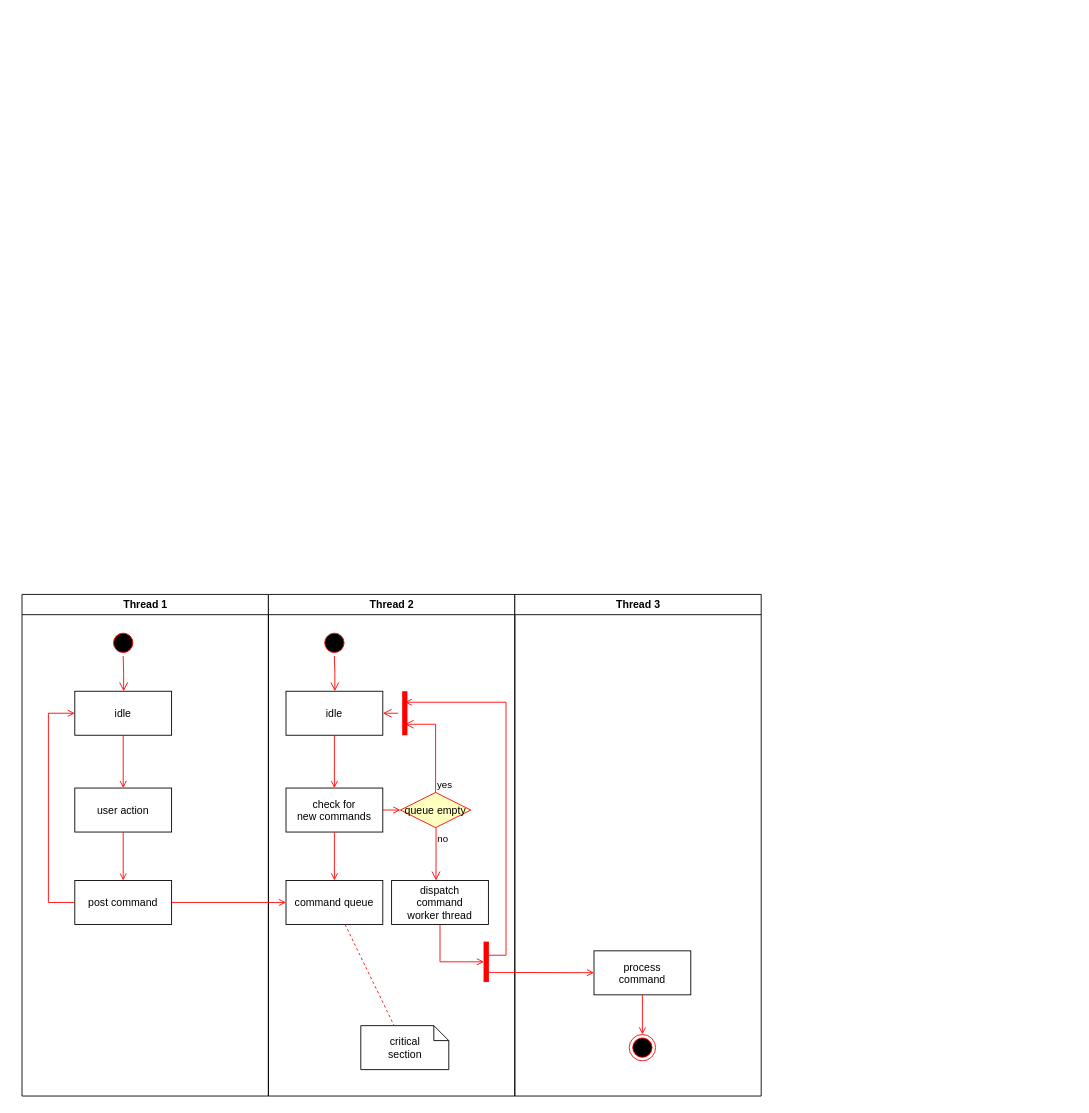
Earlier version of the draw.io diagram Soditer's Activity Diagram.drawio (dimasmiftah/diagrams). Source tidied: cells renumbered, new cells numbered last; positions are measured from the earlier drawing's top-left corner, leaving out a move shared by most shapes. Both pictures are drawn from the tidied source at 88%, with x=0, y=0 at pixel (21, 594).
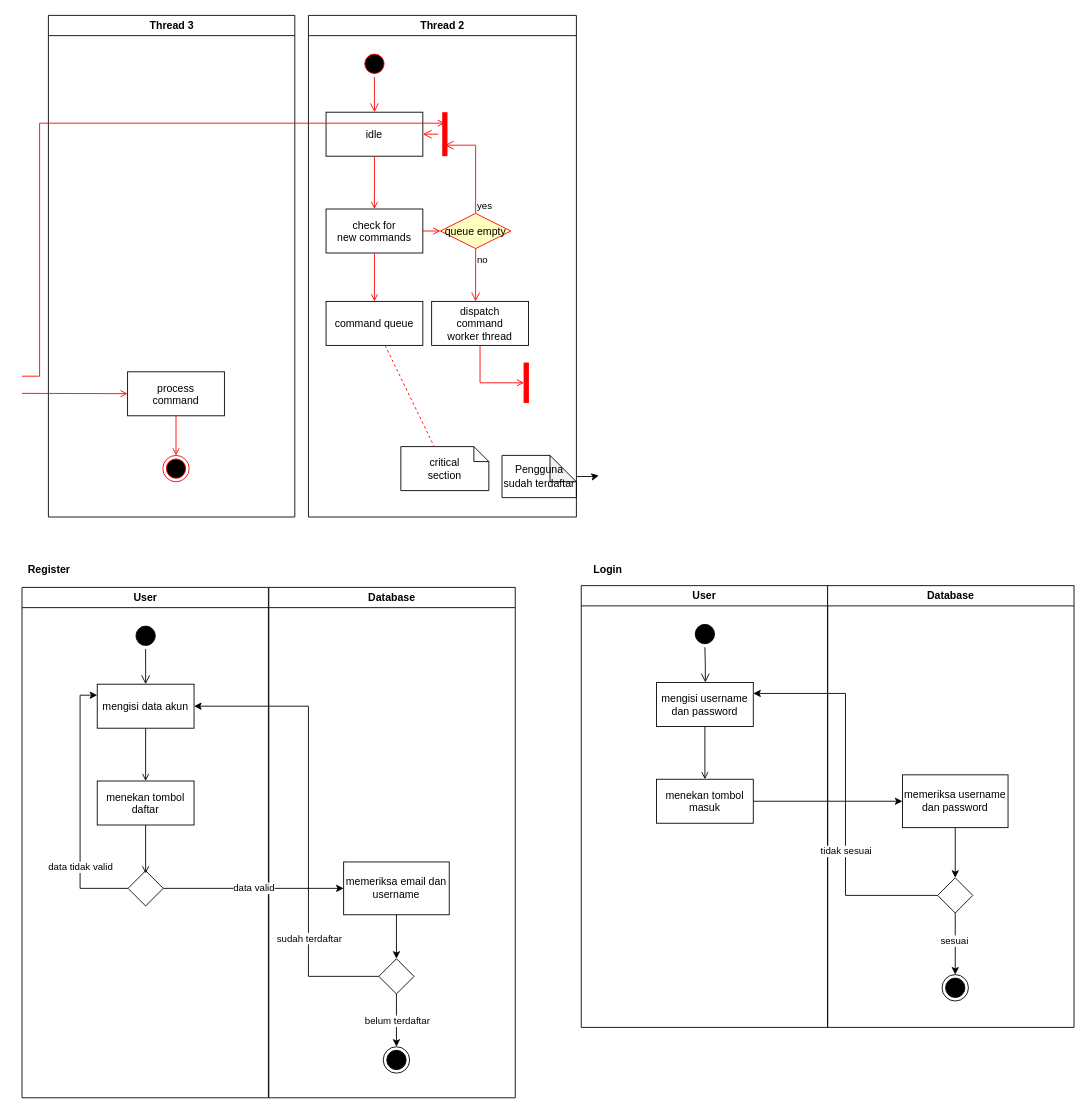
The same diagram, later.

The change refers to these unchanged cells:
```xml
<mxCell id="17" value="command queue" parent="11" vertex="1">
  <mxGeometry x="20" y="325" width="110" height="50" as="geometry" />
</mxCell>
```

Diff of the diagram source:
```diff
@@
-    <mxCell id="2" value="Thread 1" style="swimlane;whiteSpace=wrap;" parent="1" vertex="1">
-      <mxGeometry x="0.5" width="280" height="570" as="geometry" />
+    <mxCell id="2" value="User" style="swimlane;whiteSpace=wrap;" parent="1" vertex="1">
+      <mxGeometry x="0.5" y="-8" width="280" height="580" as="geometry" />
     </mxCell>
-    <mxCell id="3" style="ellipse;shape=startState;fillColor=#000000;strokeColor=#ff0000;" parent="2" vertex="1">
-      <mxGeometry x="100" y="40" width="30" height="30" as="geometry" />
+    <mxCell id="3" style="ellipse;shape=startState;fillColor=#000000;" parent="2" vertex="1">
+      <mxGeometry x="125.5" y="40" width="30" height="30" as="geometry" />
     </mxCell>
-    <mxCell id="4" style="edgeStyle=elbowEdgeStyle;elbow=horizontal;verticalAlign=bottom;endArrow=open;endSize=8;strokeColor=#FF0000;endFill=1;rounded=0;" parent="2" edge="1" source="3" target="5">
-      <mxGeometry x="100" y="40" as="geometry" />
+    <mxCell id="4" style="edgeStyle=elbowEdgeStyle;elbow=horizontal;verticalAlign=bottom;endArrow=open;endSize=8;endFill=1;rounded=0;" parent="2" edge="1" source="3" target="5">
+      <mxGeometry x="125.5" y="40" as="geometry" />
     </mxCell>
-    <mxCell id="5" value="idle" parent="2" vertex="1">
-      <mxGeometry x="60" y="110" width="110" height="50" as="geometry" />
+    <mxCell id="5" value="mengisi data akun" parent="2" vertex="1">
+      <mxGeometry x="85.5" y="110" width="110" height="50" as="geometry" />
     </mxCell>
-    <mxCell id="6" value="user action" parent="2" vertex="1">
-      <mxGeometry x="60" y="220" width="110" height="50" as="geometry" />
+    <mxCell id="6" value="menekan tombol&#10;daftar" parent="2" vertex="1">
+      <mxGeometry x="85.5" y="220" width="110" height="50" as="geometry" />
     </mxCell>
-    <mxCell id="7" style="endArrow=open;strokeColor=#FF0000;endFill=1;rounded=0;" parent="2" edge="1" source="5" target="6">
+    <mxCell id="7" style="endArrow=open;endFill=1;rounded=0;" parent="2" edge="1" source="5" target="6">
       <mxGeometry relative="1" as="geometry" />
     </mxCell>
-    <mxCell id="8" value="post command" parent="2" vertex="1">
-      <mxGeometry x="60" y="325" width="110" height="50" as="geometry" />
-    </mxCell>
-    <mxCell id="9" style="endArrow=open;strokeColor=#FF0000;endFill=1;rounded=0;" parent="2" edge="1" source="6" target="8">
-      <mxGeometry relative="1" as="geometry" />
+    <mxCell id="9" style="endArrow=open;endFill=1;rounded=0;" parent="2" edge="1" source="6">
+      <mxGeometry relative="1" as="geometry">
+        <mxPoint x="140.5" y="325" as="targetPoint" />
+      </mxGeometry>
     </mxCell>
-    <mxCell id="10" style="edgeStyle=elbowEdgeStyle;elbow=horizontal;strokeColor=#FF0000;endArrow=open;endFill=1;rounded=0;" parent="2" edge="1" source="8" target="5">
-      <mxGeometry relative="1" as="geometry">
-        <Array as="points">
-          <mxPoint x="30" y="250" />
-        </Array>
-      </mxGeometry>
-    </mxCell>
+    <mxCell id="37" style="edgeStyle=orthogonalEdgeStyle;rounded=0;jettySize=auto;html=1;entryX=0;entryY=0.25;entryDx=0;entryDy=0;" parent="2" edge="1" source="39" target="5">
+      <mxGeometry relative="1" as="geometry">
+        <Array as="points">
+          <mxPoint x="66" y="342" />
+          <mxPoint x="66" y="123" />
+        </Array>
+      </mxGeometry>
+    </mxCell>
+    <mxCell id="38" value="data tidak valid" style="edgeLabel;html=1;align=center;verticalAlign=middle;" parent="37" vertex="1">
+      <mxGeometry x="-0.46" relative="1" as="geometry" />
+    </mxCell>
+    <mxCell id="39" style="rhombus;fillColor=none;" parent="2" vertex="1">
+      <mxGeometry x="120.5" y="322" width="40" height="40" as="geometry" />
+    </mxCell>
     <mxCell id="11" value="Thread 2" style="swimlane;whiteSpace=wrap;" parent="1" vertex="1">
-      <mxGeometry x="280.5" width="280" height="570" as="geometry" />
+      <mxGeometry x="326" y="-658" width="304.5" height="570" as="geometry" />
     </mxCell>
@@
+    <mxCell id="40" value="Pengguna sudah terdaftar" style="shape=note;whiteSpace=wrap;html=1;backgroundOutline=1;darkOpacity=0.05;strokeColor=#000000;fillColor=none;" parent="11" vertex="1">
+      <mxGeometry x="220" y="500" width="84.5" height="48" as="geometry" />
+    </mxCell>
+    <mxCell id="41" style="edgeStyle=orthogonalEdgeStyle;rounded=0;jettySize=auto;html=1;strokeColor=#000000;" parent="11" edge="1" source="40">
+      <mxGeometry relative="1" as="geometry">
+        <mxPoint x="330" y="523" as="targetPoint" />
+      </mxGeometry>
+    </mxCell>
     <mxCell id="30" value="Thread 3" style="swimlane;whiteSpace=wrap;" parent="1" vertex="1">
-      <mxGeometry x="560.5" width="280" height="570" as="geometry" />
+      <mxGeometry x="30.5" y="-658" width="280" height="570" as="geometry" />
     </mxCell>
@@
-    <mxCell id="36" style="endArrow=open;strokeColor=#FF0000;endFill=1;rounded=0;" parent="1" edge="1" source="8" target="17">
-      <mxGeometry relative="1" as="geometry" />
-    </mxCell>
+    <mxCell id="42" value="Register" style="text;html=1;align=center;verticalAlign=middle;fontStyle=1;" parent="1" vertex="1">
+      <mxGeometry x="0.5" y="-38" width="60" height="20" as="geometry" />
+    </mxCell>
+    <mxCell id="43" value="Database" style="swimlane;whiteSpace=wrap;startSize=23;" parent="1" vertex="1">
+      <mxGeometry x="281" y="-8" width="280" height="580" as="geometry" />
+    </mxCell>
+    <mxCell id="44" style="edgeStyle=orthogonalEdgeStyle;rounded=0;jettySize=auto;html=1;entryX=0.5;entryY=0;entryDx=0;entryDy=0;strokeColor=#000000;" parent="43" edge="1" source="45" target="46">
+      <mxGeometry relative="1" as="geometry" />
+    </mxCell>
+    <mxCell id="45" style="rhombus;whiteSpace=wrap;html=1;strokeColor=#000;fillColor=none;" parent="43" vertex="1">
+      <mxGeometry x="125" y="422" width="40" height="40" as="geometry" />
+    </mxCell>
+    <mxCell id="46" style="ellipse;shape=endState;fillColor=#000000;" parent="43" vertex="1">
+      <mxGeometry x="130" y="522" width="30" height="30" as="geometry" />
+    </mxCell>
+    <mxCell id="47" value="belum terdaftar" style="edgeLabel;html=1;align=center;verticalAlign=middle;" parent="43" vertex="1">
+      <mxGeometry x="145" y="492" as="geometry" />
+    </mxCell>
+    <mxCell id="48" value="data valid" style="edgeStyle=orthogonalEdgeStyle;rounded=0;jettySize=auto;html=1;exitX=1;exitY=0.5;exitDx=0;exitDy=0;entryX=0;entryY=0.5;entryDx=0;entryDy=0;" parent="1" edge="1" source="39" target="50">
+      <mxGeometry relative="1" as="geometry" />
+    </mxCell>
+    <mxCell id="49" style="edgeStyle=orthogonalEdgeStyle;rounded=0;jettySize=auto;html=1;" parent="1" edge="1" source="50" target="45">
+      <mxGeometry relative="1" as="geometry" />
+    </mxCell>
+    <mxCell id="50" value="memeriksa email dan username" style="whiteSpace=wrap;html=1;strokeColor=#000;fillColor=none;" parent="1" vertex="1">
+      <mxGeometry x="366" y="304" width="120" height="60" as="geometry" />
+    </mxCell>
+    <mxCell id="51" style="edgeStyle=orthogonalEdgeStyle;rounded=0;jettySize=auto;html=1;entryX=1;entryY=0.5;entryDx=0;entryDy=0;strokeColor=#000000;" parent="1" edge="1" source="45" target="5">
+      <mxGeometry relative="1" as="geometry">
+        <Array as="points">
+          <mxPoint x="326" y="434" />
+          <mxPoint x="326" y="127" />
+        </Array>
+      </mxGeometry>
+    </mxCell>
+    <mxCell id="52" value="sudah terdaftar" style="edgeLabel;html=1;align=center;verticalAlign=middle;" parent="51" vertex="1">
+      <mxGeometry x="-0.44" relative="1" as="geometry">
+        <mxPoint y="21" as="offset" />
+      </mxGeometry>
+    </mxCell>
+    <mxCell id="53" value="Login" style="text;html=1;align=center;verticalAlign=middle;fontStyle=1;" parent="1" vertex="1">
+      <mxGeometry x="641" y="-38" width="50" height="20" as="geometry" />
+    </mxCell>
+    <mxCell id="54" value="User" style="swimlane;whiteSpace=wrap;" parent="1" vertex="1">
+      <mxGeometry x="636" y="-10" width="280" height="502" as="geometry" />
+    </mxCell>
+    <mxCell id="55" style="ellipse;shape=startState;fillColor=#000000;" parent="54" vertex="1">
+      <mxGeometry x="125.5" y="40" width="30" height="30" as="geometry" />
+    </mxCell>
+    <mxCell id="56" style="edgeStyle=elbowEdgeStyle;elbow=horizontal;verticalAlign=bottom;endArrow=open;endSize=8;endFill=1;rounded=0;" parent="54" edge="1" source="55" target="57">
+      <mxGeometry x="125.5" y="40" as="geometry" />
+    </mxCell>
+    <mxCell id="57" value="mengisi username&#10;dan password" parent="54" vertex="1">
+      <mxGeometry x="85.5" y="110" width="110" height="50" as="geometry" />
+    </mxCell>
+    <mxCell id="58" value="menekan tombol&#10;masuk" parent="54" vertex="1">
+      <mxGeometry x="85.5" y="220" width="110" height="50" as="geometry" />
+    </mxCell>
+    <mxCell id="59" style="endArrow=open;endFill=1;rounded=0;" parent="54" edge="1" source="57" target="58">
+      <mxGeometry relative="1" as="geometry" />
+    </mxCell>
+    <mxCell id="60" value="Database" style="swimlane;whiteSpace=wrap;startSize=23;" parent="1" vertex="1">
+      <mxGeometry x="916" y="-10" width="280" height="502" as="geometry" />
+    </mxCell>
+    <mxCell id="61" style="edgeStyle=orthogonalEdgeStyle;rounded=0;jettySize=auto;html=1;strokeColor=#000000;" parent="60" edge="1" source="62">
+      <mxGeometry relative="1" as="geometry">
+        <mxPoint x="145" y="442" as="targetPoint" />
+      </mxGeometry>
+    </mxCell>
+    <mxCell id="62" style="rhombus;whiteSpace=wrap;html=1;strokeColor=#000;fillColor=none;" parent="60" vertex="1">
+      <mxGeometry x="125" y="332" width="40" height="40" as="geometry" />
+    </mxCell>
+    <mxCell id="63" style="ellipse;shape=endState;fillColor=#000000;" parent="60" vertex="1">
+      <mxGeometry x="130" y="442" width="30" height="30" as="geometry" />
+    </mxCell>
+    <mxCell id="64" value="sesuai" style="edgeLabel;html=1;align=center;verticalAlign=middle;" parent="60" vertex="1">
+      <mxGeometry x="147" y="402" as="geometry">
+        <mxPoint x="-4" y="1" as="offset" />
+      </mxGeometry>
+    </mxCell>
+    <mxCell id="65" style="edgeStyle=orthogonalEdgeStyle;rounded=0;jettySize=auto;html=1;entryX=0.5;entryY=0;entryDx=0;entryDy=0;strokeColor=#000000;" parent="60" edge="1" source="66" target="62">
+      <mxGeometry relative="1" as="geometry" />
+    </mxCell>
+    <mxCell id="66" value="memeriksa username&lt;br&gt;dan password" style="whiteSpace=wrap;html=1;" parent="60" vertex="1">
+      <mxGeometry x="85" y="215" width="120" height="60" as="geometry" />
+    </mxCell>
+    <mxCell id="67" style="edgeStyle=orthogonalEdgeStyle;rounded=0;jettySize=auto;html=1;strokeColor=#000000;" parent="1" edge="1" source="58" target="66">
+      <mxGeometry relative="1" as="geometry" />
+    </mxCell>
+    <mxCell id="68" style="edgeStyle=orthogonalEdgeStyle;rounded=0;jettySize=auto;html=1;entryX=1;entryY=0.25;entryDx=0;entryDy=0;strokeColor=#000000;" parent="1" edge="1" source="62" target="57">
+      <mxGeometry relative="1" as="geometry" />
+    </mxCell>
+    <mxCell id="69" value="tidak sesuai" style="edgeLabel;html=1;align=center;verticalAlign=middle;" parent="68" vertex="1">
+      <mxGeometry x="-0.3" relative="1" as="geometry">
+        <mxPoint y="-1" as="offset" />
+      </mxGeometry>
+    </mxCell>
```
